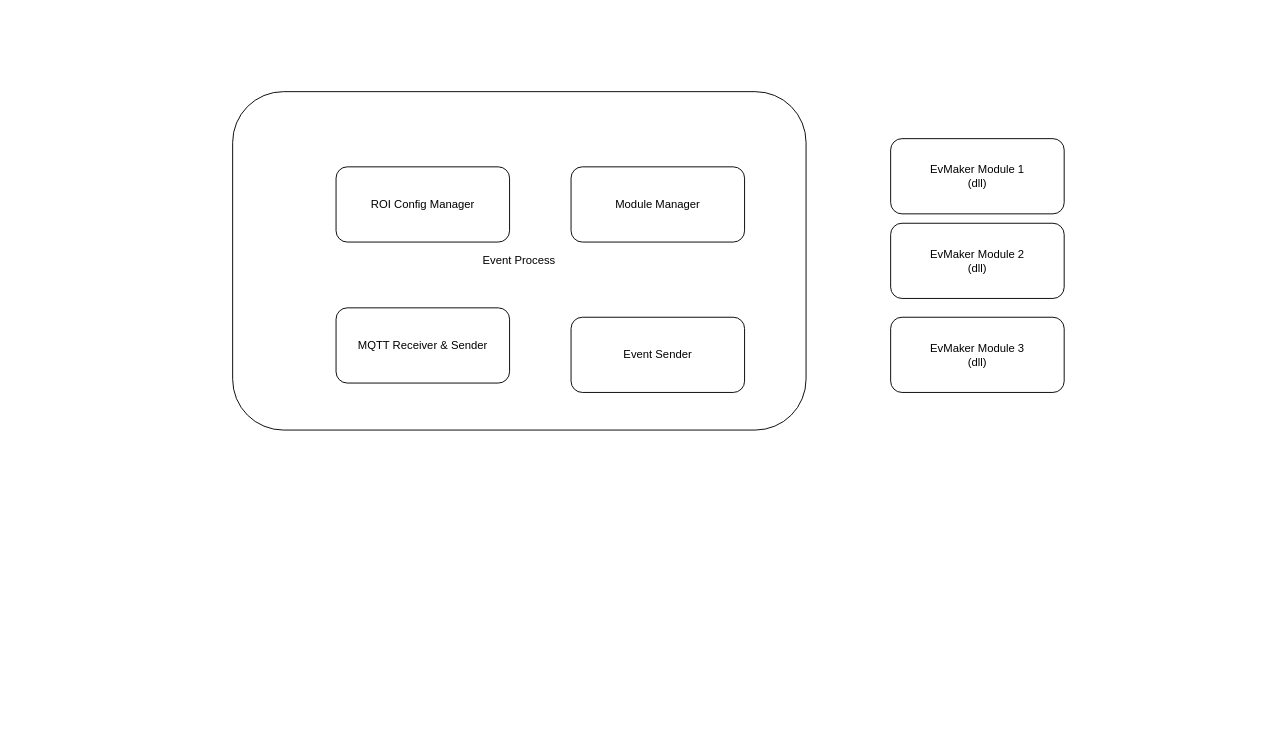
huunhan312/CodeDiagram keeps this draw.io diagram as page "SolutionOrganization" (2 of 2) of PNIXEventProcess.drawio. Above is the earlier version. Source tidied: cells renumbered, new cells numbered last; positions are measured from the earlier drawing's top-left corner, leaving out a move shared by most shapes. Both pictures are drawn from the tidied source at 94%, with x=0, y=0 at pixel (232, 91).
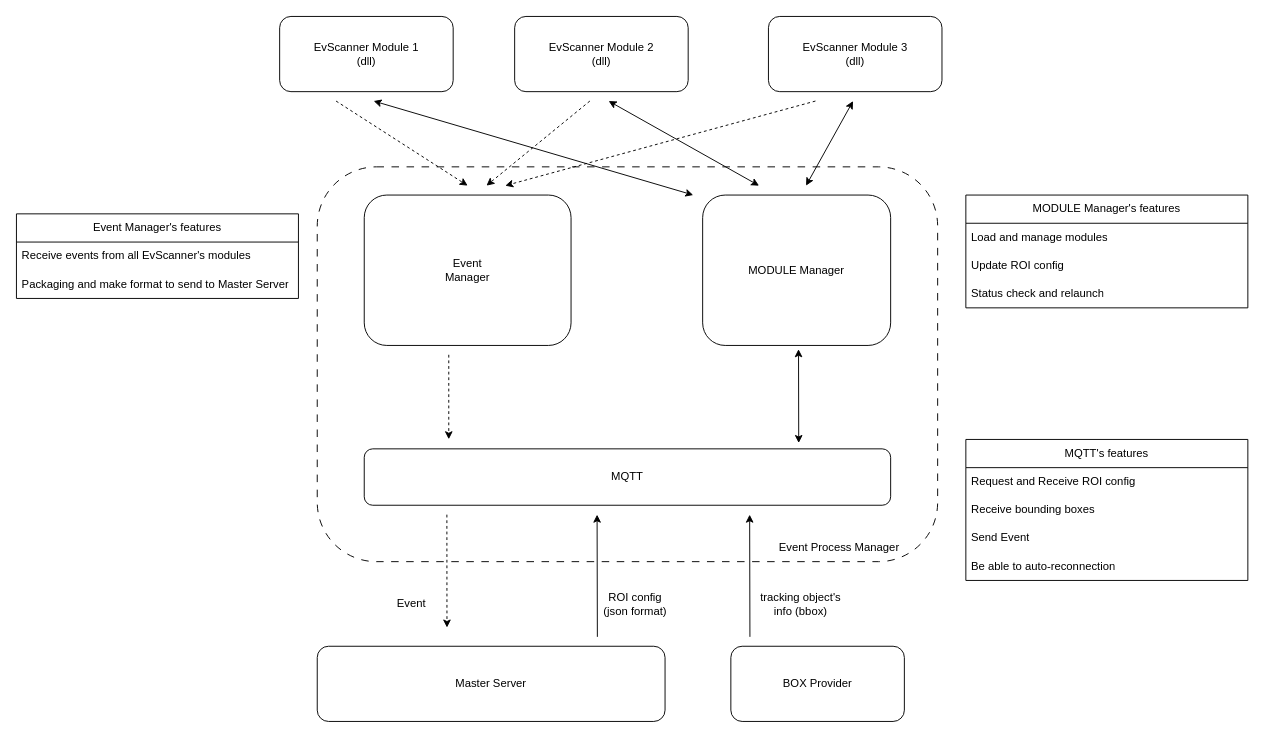
The same diagram, later.

Change to the diagram source:
```diff
@@
+    <mxCell id="10" style="rounded=1;whiteSpace=wrap;html=1;dashed=1;dashPattern=8 8;fillColor=none;" parent="1" vertex="1">
+      <mxGeometry x="90" y="80" width="660" height="420" as="geometry" />
+    </mxCell>
-    <mxCell id="2" value="Event Process" style="rounded=1;whiteSpace=wrap;html=1;" parent="1" vertex="1">
-      <mxGeometry width="610" height="360" as="geometry" />
+    <mxCell id="2" value="MODULE Manager" style="rounded=1;whiteSpace=wrap;html=1;" parent="1" vertex="1">
+      <mxGeometry x="500" y="110" width="200" height="160" as="geometry" />
     </mxCell>
-    <mxCell id="3" value="ROI Config Manager" style="rounded=1;whiteSpace=wrap;html=1;" parent="1" vertex="1">
-      <mxGeometry x="110" y="80" width="184.6" height="80" as="geometry" />
-    </mxCell>
-    <mxCell id="4" value="EvMaker Module 1&lt;div&gt;(dll)&lt;/div&gt;" style="rounded=1;whiteSpace=wrap;html=1;" parent="1" vertex="1">
-      <mxGeometry x="700" y="50" width="184.6" height="80" as="geometry" />
+    <mxCell id="4" value="EvScanner Module 1&lt;div&gt;(dll)&lt;/div&gt;" style="rounded=1;whiteSpace=wrap;html=1;" parent="1" vertex="1">
+      <mxGeometry x="50" y="-80" width="184.6" height="80" as="geometry" />
     </mxCell>
-    <mxCell id="5" value="EvMaker Module 2&lt;div&gt;(dll)&lt;br&gt;&lt;/div&gt;" style="rounded=1;whiteSpace=wrap;html=1;" parent="1" vertex="1">
-      <mxGeometry x="700" y="140" width="184.6" height="80" as="geometry" />
+    <mxCell id="5" value="EvScanner Module 2&lt;div&gt;(dll)&lt;br&gt;&lt;/div&gt;" style="rounded=1;whiteSpace=wrap;html=1;" parent="1" vertex="1">
+      <mxGeometry x="300" y="-80" width="184.6" height="80" as="geometry" />
     </mxCell>
-    <mxCell id="6" value="Event Sender" style="rounded=1;whiteSpace=wrap;html=1;" parent="1" vertex="1">
-      <mxGeometry x="360" y="240" width="184.6" height="80" as="geometry" />
-    </mxCell>
-    <mxCell id="7" value="Module Manager" style="rounded=1;whiteSpace=wrap;html=1;" parent="1" vertex="1">
-      <mxGeometry x="360" y="80" width="184.6" height="80" as="geometry" />
-    </mxCell>
-    <mxCell id="8" value="EvMaker Module 3&lt;div&gt;(dll)&lt;br&gt;&lt;/div&gt;" style="rounded=1;whiteSpace=wrap;html=1;" parent="1" vertex="1">
-      <mxGeometry x="700" y="240" width="184.6" height="80" as="geometry" />
+    <mxCell id="8" value="EvScanner Module 3&lt;div&gt;(dll)&lt;br&gt;&lt;/div&gt;" style="rounded=1;whiteSpace=wrap;html=1;" parent="1" vertex="1">
+      <mxGeometry x="570" y="-80" width="184.6" height="80" as="geometry" />
     </mxCell>
-    <mxCell id="9" value="MQTT Receiver &amp;amp; Sender" style="rounded=1;whiteSpace=wrap;html=1;" parent="1" vertex="1">
-      <mxGeometry x="110" y="230" width="184.6" height="80" as="geometry" />
-    </mxCell>
+    <mxCell id="11" value="Event &lt;br&gt;Manager" style="rounded=1;whiteSpace=wrap;html=1;" parent="1" vertex="1">
+      <mxGeometry x="140" y="110" width="220" height="160" as="geometry" />
+    </mxCell>
+    <mxCell id="12" style="endArrow=classic;startArrow=classic;html=1;rounded=0;" parent="1" edge="1">
+      <mxGeometry relative="1" as="geometry">
+        <mxPoint x="150" y="10" as="sourcePoint" />
+        <mxPoint x="490" y="110" as="targetPoint" />
+      </mxGeometry>
+    </mxCell>
+    <mxCell id="13" style="endArrow=classic;startArrow=classic;html=1;rounded=0;" parent="1" edge="1">
+      <mxGeometry relative="1" as="geometry">
+        <mxPoint x="400" y="10" as="sourcePoint" />
+        <mxPoint x="560" y="100" as="targetPoint" />
+      </mxGeometry>
+    </mxCell>
+    <mxCell id="14" style="endArrow=classic;startArrow=classic;html=1;rounded=0;" parent="1" edge="1">
+      <mxGeometry relative="1" as="geometry">
+        <mxPoint x="660" y="10" as="sourcePoint" />
+        <mxPoint x="610" y="100" as="targetPoint" />
+      </mxGeometry>
+    </mxCell>
+    <mxCell id="15" style="endArrow=classic;html=1;rounded=0;dashed=1;" parent="1" edge="1">
+      <mxGeometry relative="1" as="geometry">
+        <mxPoint x="110" y="10" as="sourcePoint" />
+        <mxPoint x="250" y="100" as="targetPoint" />
+      </mxGeometry>
+    </mxCell>
+    <mxCell id="16" style="endArrow=classic;html=1;rounded=0;dashed=1;" parent="1" edge="1">
+      <mxGeometry relative="1" as="geometry">
+        <mxPoint x="380" y="10" as="sourcePoint" />
+        <mxPoint x="270" y="100" as="targetPoint" />
+      </mxGeometry>
+    </mxCell>
+    <mxCell id="17" style="endArrow=classic;html=1;rounded=0;dashed=1;" parent="1" edge="1">
+      <mxGeometry relative="1" as="geometry">
+        <mxPoint x="620" y="10" as="sourcePoint" />
+        <mxPoint x="290" y="100" as="targetPoint" />
+      </mxGeometry>
+    </mxCell>
+    <mxCell id="18" value="MQTT" style="rounded=1;whiteSpace=wrap;html=1;" parent="1" vertex="1">
+      <mxGeometry x="140" y="380" width="560" height="60" as="geometry" />
+    </mxCell>
+    <mxCell id="19" style="endArrow=classic;html=1;rounded=0;exitX=0.212;exitY=0.476;exitDx=0;exitDy=0;entryX=0.212;entryY=0.69;entryDx=0;entryDy=0;dashed=1;entryPerimeter=0;exitPerimeter=0;" parent="1" edge="1" source="10" target="10">
+      <mxGeometry relative="1" as="geometry" />
+    </mxCell>
+    <mxCell id="20" style="endArrow=classic;startArrow=classic;html=1;rounded=0;entryX=0.5;entryY=1;entryDx=0;entryDy=0;exitX=0.773;exitY=0.69;exitDx=0;exitDy=0;exitPerimeter=0;" parent="1" edge="1">
+      <mxGeometry relative="1" as="geometry">
+        <mxPoint x="602.2" y="373.8" as="sourcePoint" />
+        <mxPoint x="602" y="274" as="targetPoint" />
+      </mxGeometry>
+    </mxCell>
+    <mxCell id="21" value="Master Server" style="rounded=1;whiteSpace=wrap;html=1;" parent="1" vertex="1">
+      <mxGeometry x="90" y="590" width="370" height="80" as="geometry" />
+    </mxCell>
+    <mxCell id="22" style="endArrow=classic;html=1;rounded=0;entryX=0.5;entryY=0;entryDx=0;entryDy=0;dashed=1;exitX=0.209;exitY=0.881;exitDx=0;exitDy=0;exitPerimeter=0;" parent="1" edge="1">
+      <mxGeometry relative="1" as="geometry">
+        <mxPoint x="227.9" y="450" as="sourcePoint" />
+        <mxPoint x="228" y="570.1" as="targetPoint" />
+      </mxGeometry>
+    </mxCell>
+    <mxCell id="23" value="BOX Provider" style="rounded=1;whiteSpace=wrap;html=1;" parent="1" vertex="1">
+      <mxGeometry x="530" y="590" width="184.6" height="80" as="geometry" />
+    </mxCell>
+    <mxCell id="24" style="endArrow=classic;html=1;rounded=0;entryX=0.5;entryY=0;entryDx=0;entryDy=0;" parent="1" edge="1">
+      <mxGeometry relative="1" as="geometry">
+        <mxPoint x="388" y="580" as="sourcePoint" />
+        <mxPoint x="387.7" y="450" as="targetPoint" />
+      </mxGeometry>
+    </mxCell>
+    <mxCell id="25" value="Event" style="text;html=1;align=center;verticalAlign=middle;strokeColor=none;fillColor=none;" parent="1" vertex="1">
+      <mxGeometry x="165.3" y="530" width="50" height="30" as="geometry" />
+    </mxCell>
+    <mxCell id="26" value="ROI config&lt;div&gt;(json format)&lt;/div&gt;" style="text;html=1;align=center;verticalAlign=middle;strokeColor=none;fillColor=none;" parent="1" vertex="1">
+      <mxGeometry x="383" y="525" width="90" height="40" as="geometry" />
+    </mxCell>
+    <mxCell id="27" value="tracking object's &lt;br&gt;info (bbox)" style="text;html=1;align=center;verticalAlign=middle;strokeColor=none;fillColor=none;" parent="1" vertex="1">
+      <mxGeometry x="549" y="525" width="110" height="40" as="geometry" />
+    </mxCell>
+    <mxCell id="28" value="Event Process Manager" style="text;html=1;align=center;verticalAlign=middle;strokeColor=none;fillColor=none;" parent="1" vertex="1">
+      <mxGeometry x="570" y="470" width="150" height="30" as="geometry" />
+    </mxCell>
+    <mxCell id="29" style="endArrow=classic;html=1;rounded=0;entryX=0.5;entryY=0;entryDx=0;entryDy=0;" parent="1" edge="1">
+      <mxGeometry relative="1" as="geometry">
+        <mxPoint x="550.3" y="580" as="sourcePoint" />
+        <mxPoint x="550" y="450" as="targetPoint" />
+      </mxGeometry>
+    </mxCell>
+    <mxCell id="30" value="MODULE Manager's features" style="swimlane;fontStyle=0;horizontal=1;startSize=30;whiteSpace=wrap;html=1;" parent="1" vertex="1">
+      <mxGeometry x="780" y="110" width="300" height="120" as="geometry" />
+    </mxCell>
+    <mxCell id="31" value="Load and manage modules" style="text;strokeColor=none;fillColor=none;align=left;verticalAlign=middle;spacingLeft=4;spacingRight=4;overflow=hidden;whiteSpace=wrap;html=1;" parent="30" vertex="1">
+      <mxGeometry y="30" width="300" height="30" as="geometry" />
+    </mxCell>
+    <mxCell id="32" value="Update ROI config" style="text;strokeColor=none;fillColor=none;align=left;verticalAlign=middle;spacingLeft=4;spacingRight=4;overflow=hidden;whiteSpace=wrap;html=1;" parent="30" vertex="1">
+      <mxGeometry y="60" width="300" height="30" as="geometry" />
+    </mxCell>
+    <mxCell id="33" value="Status check and relaunch" style="text;strokeColor=none;fillColor=none;align=left;verticalAlign=middle;spacingLeft=4;spacingRight=4;overflow=hidden;whiteSpace=wrap;html=1;" parent="30" vertex="1">
+      <mxGeometry y="90" width="300" height="30" as="geometry" />
+    </mxCell>
+    <mxCell id="34" value="Event Manager's features" style="swimlane;fontStyle=0;horizontal=1;startSize=30;whiteSpace=wrap;html=1;" parent="1" vertex="1">
+      <mxGeometry x="-230" y="130" width="300" height="90" as="geometry" />
+    </mxCell>
+    <mxCell id="35" value="Receive events from all EvScanner's modules" style="text;strokeColor=none;fillColor=none;align=left;verticalAlign=middle;spacingLeft=4;spacingRight=4;overflow=hidden;whiteSpace=wrap;html=1;" parent="34" vertex="1">
+      <mxGeometry y="30" width="300" height="30" as="geometry" />
+    </mxCell>
+    <mxCell id="36" value="Packaging and make format to send to Master Server" style="text;strokeColor=none;fillColor=none;align=left;verticalAlign=middle;spacingLeft=4;spacingRight=4;overflow=hidden;whiteSpace=wrap;html=1;" parent="34" vertex="1">
+      <mxGeometry y="60" width="300" height="30" as="geometry" />
+    </mxCell>
+    <mxCell id="37" value="MQTT's features" style="swimlane;fontStyle=0;horizontal=1;startSize=30;whiteSpace=wrap;html=1;" parent="1" vertex="1">
+      <mxGeometry x="780" y="370" width="300" height="150" as="geometry" />
+    </mxCell>
+    <mxCell id="38" value="Request and Receive ROI config" style="text;strokeColor=none;fillColor=none;align=left;verticalAlign=middle;spacingLeft=4;spacingRight=4;overflow=hidden;whiteSpace=wrap;html=1;" parent="37" vertex="1">
+      <mxGeometry y="30" width="300" height="30" as="geometry" />
+    </mxCell>
+    <mxCell id="39" value="Receive bounding boxes&amp;nbsp;" style="text;strokeColor=none;fillColor=none;align=left;verticalAlign=middle;spacingLeft=4;spacingRight=4;overflow=hidden;whiteSpace=wrap;html=1;" parent="37" vertex="1">
+      <mxGeometry y="60" width="300" height="30" as="geometry" />
+    </mxCell>
+    <mxCell id="40" value="Send Event" style="text;strokeColor=none;fillColor=none;align=left;verticalAlign=middle;spacingLeft=4;spacingRight=4;overflow=hidden;whiteSpace=wrap;html=1;" parent="37" vertex="1">
+      <mxGeometry y="90" width="300" height="30" as="geometry" />
+    </mxCell>
+    <mxCell id="41" value="Be able to auto-reconnection" style="text;strokeColor=none;fillColor=none;align=left;verticalAlign=middle;spacingLeft=4;spacingRight=4;overflow=hidden;whiteSpace=wrap;html=1;" parent="37" vertex="1">
+      <mxGeometry y="120" width="300" height="30" as="geometry" />
+    </mxCell>
```
